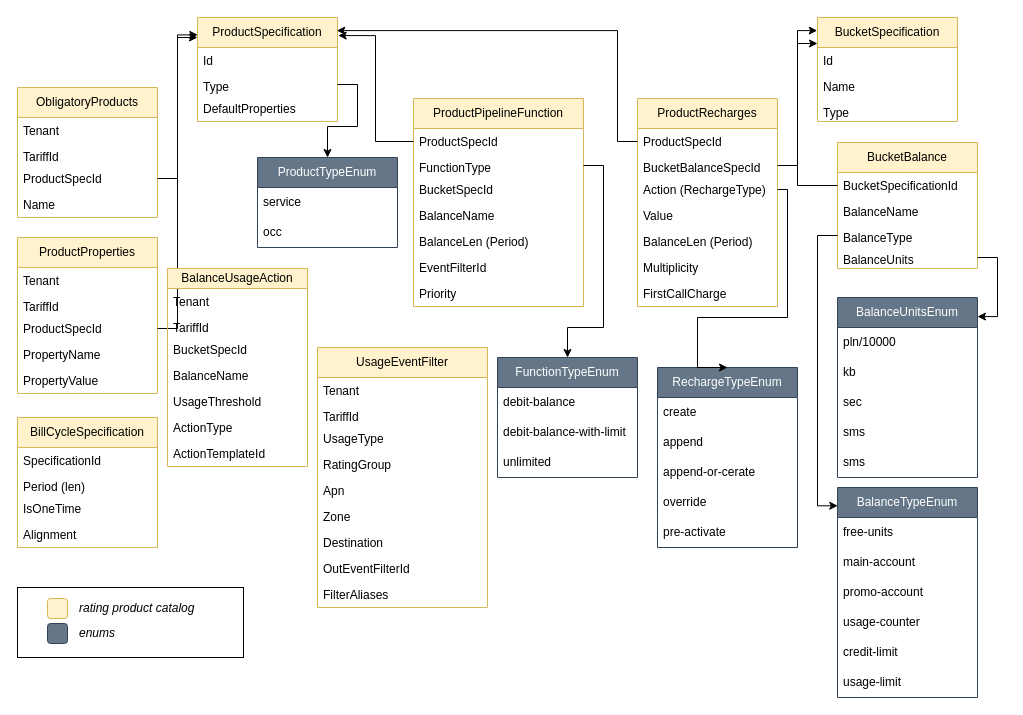
arturd2/diagrams keeps this draw.io diagram as ratemind/ratingProductCatalog.drawio. Above is the earlier version. Source tidied: cells renumbered, new cells numbered last; positions are measured from the earlier drawing's top-left corner, leaving out a move shared by most shapes. Both pictures are drawn from the tidied source at 100%, with x=0, y=0 at pixel (17, 17).
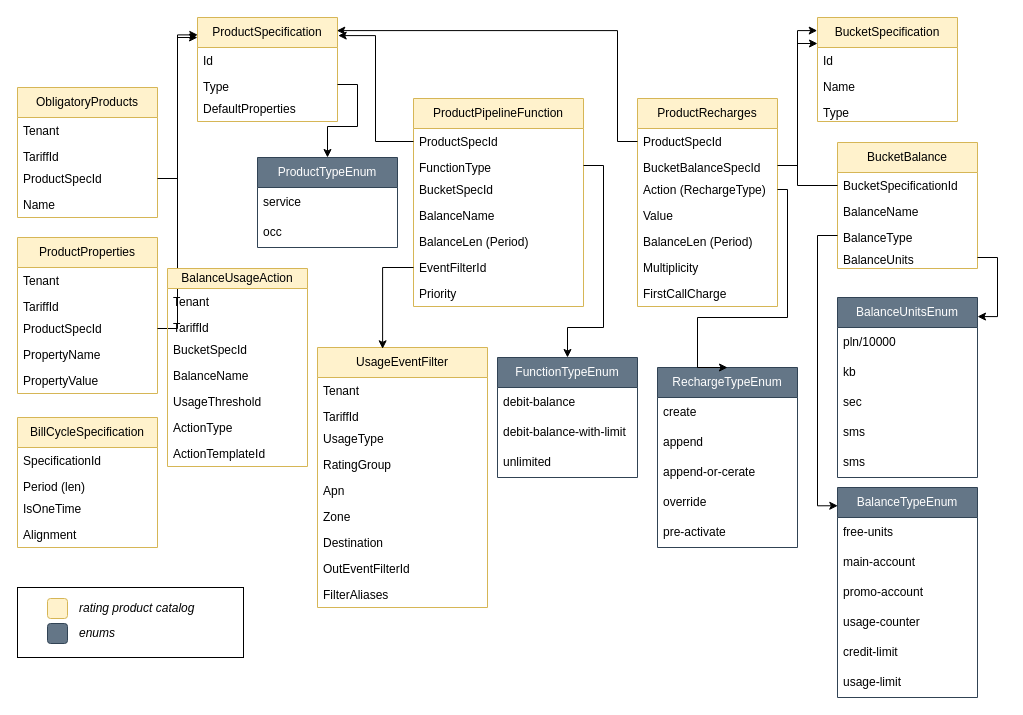
After the change.

Unchanged cells that the change refers to:
```xml
<mxCell id="41" value="EventFilterId" style="text;align=left;verticalAlign=top;spacingLeft=4;spacingRight=4;overflow=hidden;points=[[0,0.5],[1,0.5]];portConstraint=eastwest;rounded=0;shadow=0;html=0;" parent="35" vertex="1">
  <mxGeometry y="156" width="170" height="26" as="geometry" />
</mxCell>
<mxCell id="53" value="UsageEventFilter" style="swimlane;fontStyle=0;horizontal=1;startSize=30;whiteSpace=wrap;html=1;fillColor=#fff2cc;strokeColor=#d6b656;" parent="1" vertex="1">
  <mxGeometry x="300" y="330" width="170" height="260" as="geometry" />
</mxCell>
```

The edit, as a diff of the source:
```diff
@@
+    <mxCell id="107" style="edgeStyle=orthogonalEdgeStyle;rounded=0;jettySize=auto;html=1;exitX=0;exitY=0.5;exitDx=0;exitDy=0;entryX=0.383;entryY=0.005;entryDx=0;entryDy=0;entryPerimeter=0;" parent="1" edge="1" source="41" target="53">
+      <mxGeometry relative="1" as="geometry" />
+    </mxCell>
```
